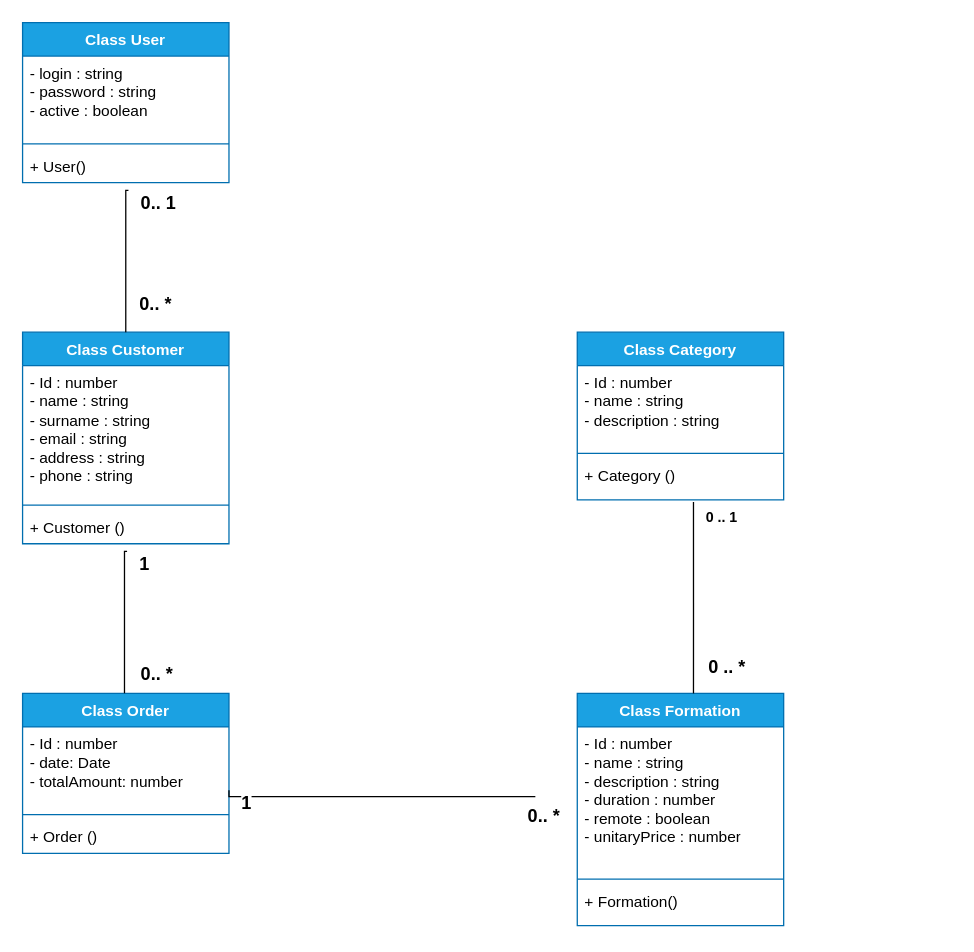
Before: files/diagrammes/Diagramme_de_classe.drawio in Arthur40480/Evaluation1, a draw.io diagram. Source tidied: cells renumbered, new cells numbered last; positions are measured from the earlier drawing's top-left corner, leaving out a move shared by most shapes. Both pictures are drawn from the tidied source at 129%, with x=0, y=0 at pixel (22, 22).
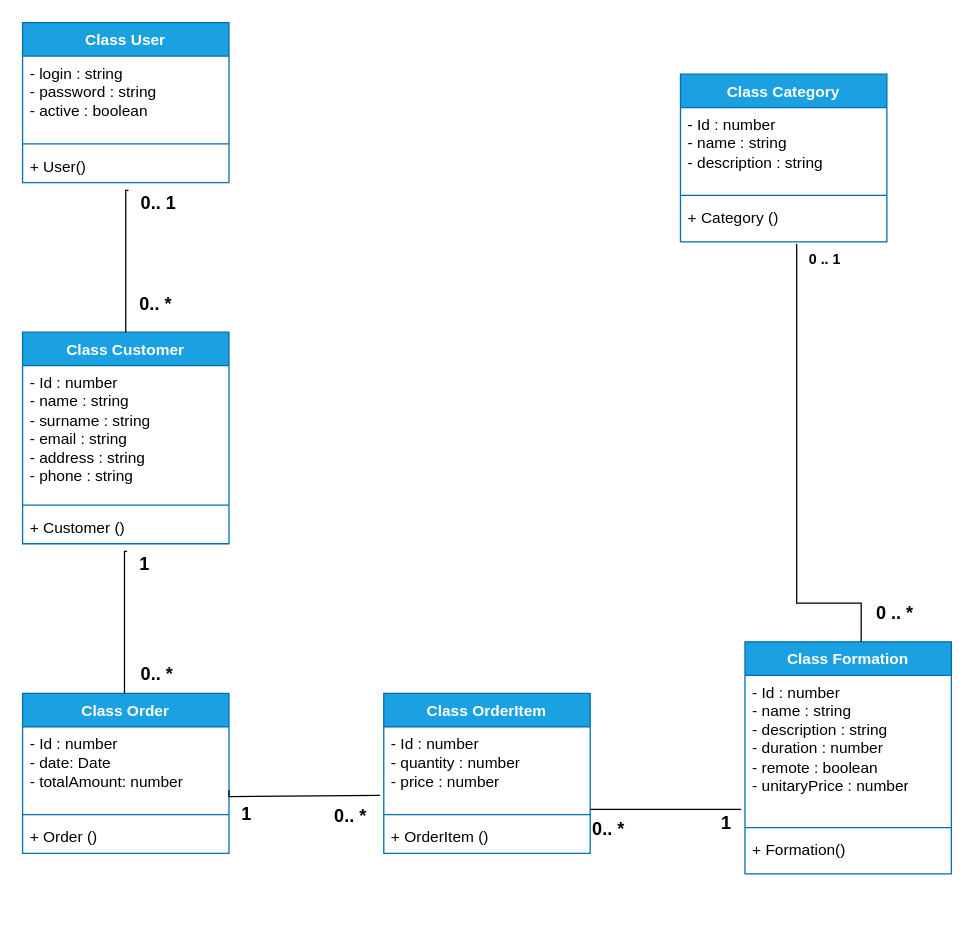
The same page after the edit.

Commit message (it also covers changes not shown here):
Modification du diagramme de classe

The change refers to these unchanged cells:
```xml
<mxCell id="14" value="&lt;div&gt;- Id : number&lt;/div&gt;&lt;div&gt;- date: Date&lt;/div&gt;&lt;div&gt;- totalAmount: number&lt;/div&gt;&lt;div&gt;&lt;br&gt;&lt;/div&gt;&lt;div&gt;&lt;br&gt;&lt;/div&gt;&lt;div&gt;&lt;br&gt;&lt;/div&gt;" style="text;strokeColor=none;fillColor=none;align=left;verticalAlign=top;spacingLeft=4;spacingRight=4;overflow=hidden;points=[[0,0.5],[1,0.5]];portConstraint=eastwest;whiteSpace=wrap;html=1;" parent="13" vertex="1">
  <mxGeometry y="26" width="160" height="64" as="geometry" />
</mxCell>
<mxCell id="27" value="+ Category ()" style="text;strokeColor=none;fillColor=none;align=left;verticalAlign=top;spacingLeft=4;spacingRight=4;overflow=hidden;points=[[0,0.5],[1,0.5]];portConstraint=eastwest;whiteSpace=wrap;html=1;" parent="24" vertex="1">
  <mxGeometry y="98" width="160" height="32" as="geometry" />
</mxCell>
```

Diff of the diagram source:
```diff
@@
     <mxCell id="20" value="Class Formation" style="swimlane;fontStyle=1;align=center;verticalAlign=top;horizontal=1;startSize=26;whiteSpace=wrap;html=1;fillColor=#1ba1e2;fontColor=#ffffff;strokeColor=#006EAF;" parent="1" vertex="1">
-      <mxGeometry x="430" y="520" width="160" height="180" as="geometry" />
+      <mxGeometry x="560" y="480" width="160" height="180" as="geometry" />
     </mxCell>
@@
     <mxCell id="24" value="Class Category" style="swimlane;fontStyle=1;align=center;verticalAlign=top;horizontal=1;startSize=26;whiteSpace=wrap;html=1;fillColor=#1ba1e2;fontColor=#ffffff;strokeColor=#006EAF;" parent="1" vertex="1">
-      <mxGeometry x="430" y="240" width="160" height="130" as="geometry" />
+      <mxGeometry x="510" y="40" width="160" height="130" as="geometry" />
     </mxCell>
@@
-    <mxCell id="28" style="endArrow=none;endFill=0;html=1;edgeStyle=orthogonalEdgeStyle;align=left;verticalAlign=top;rounded=0;exitX=1;exitY=0.766;exitDx=0;exitDy=0;exitPerimeter=0;entryX=0.25;entryY=0;entryDx=0;entryDy=0;" parent="1" edge="1" source="14" target="30">
+    <mxCell id="28" style="endArrow=none;endFill=0;html=1;edgeStyle=orthogonalEdgeStyle;align=left;verticalAlign=top;rounded=0;exitX=1;exitY=0.766;exitDx=0;exitDy=0;exitPerimeter=0;entryX=-0.019;entryY=0.828;entryDx=0;entryDy=0;entryPerimeter=0;" parent="1" edge="1" source="14" target="35">
       <mxGeometry x="-1" relative="1" as="geometry">
         <Array as="points">
           <mxPoint x="160" y="600" />
         </Array>
       </mxGeometry>
     </mxCell>
     <mxCell id="29" value="&lt;font style=&quot;font-size: 14px;&quot;&gt;&lt;b&gt;&lt;font style=&quot;font-size: 14px;&quot;&gt;1&lt;/font&gt;&lt;/b&gt;&lt;/font&gt;" style="edgeLabel;html=1;align=left;verticalAlign=bottom;" parent="28" vertex="1">
       <mxGeometry x="-1" relative="1" as="geometry">
-        <mxPoint x="8" y="20" as="offset" />
+        <mxPoint x="8" y="29" as="offset" />
       </mxGeometry>
     </mxCell>
     <mxCell id="30" value="&lt;b style=&quot;font-size: 14px;&quot;&gt;0.. *&lt;br&gt;&lt;/b&gt;" style="text;whiteSpace=wrap;html=1;" parent="1" vertex="1">
-      <mxGeometry x="390" y="600" width="30" height="20" as="geometry" />
+      <mxGeometry x="240" y="600" width="30" height="20" as="geometry" />
     </mxCell>
     <mxCell id="31" style="endArrow=none;endFill=0;html=1;edgeStyle=orthogonalEdgeStyle;align=left;verticalAlign=top;rounded=0;exitX=0.563;exitY=1.05;exitDx=0;exitDy=0;exitPerimeter=0;entryX=0.563;entryY=0;entryDx=0;entryDy=0;entryPerimeter=0;strokeWidth=1;" parent="1" edge="1" source="27" target="20">
       <mxGeometry x="-1" relative="1" as="geometry">
         <Array as="points">
-          <mxPoint x="520" y="450" />
-          <mxPoint x="520" y="450" />
+          <mxPoint x="600" y="450" />
+          <mxPoint x="650" y="450" />
         </Array>
       </mxGeometry>
     </mxCell>
@@
     <mxCell id="33" value="&lt;font style=&quot;font-size: 14px;&quot;&gt;&lt;b&gt;0 .. *&lt;br&gt;&lt;/b&gt;&lt;/font&gt;" style="edgeLabel;html=1;align=left;verticalAlign=bottom;" parent="1" vertex="1">
-      <mxGeometry x="530" y="510" as="geometry" />
+      <mxGeometry x="530" y="510" as="geometry">
+        <mxPoint x="130" y="-42" as="offset" />
+      </mxGeometry>
     </mxCell>
+    <mxCell id="34" value="Class OrderItem" style="swimlane;fontStyle=1;align=center;verticalAlign=top;horizontal=1;startSize=26;whiteSpace=wrap;html=1;fillColor=#1ba1e2;fontColor=#ffffff;strokeColor=#006EAF;" parent="1" vertex="1">
+      <mxGeometry x="280" y="520" width="160" height="124" as="geometry" />
+    </mxCell>
+    <mxCell id="35" value="&lt;div&gt;- Id : number&lt;/div&gt;&lt;div&gt;- quantity : number&lt;br&gt;&lt;/div&gt;&lt;div&gt;- price : number&lt;/div&gt;&lt;div&gt;&lt;br&gt;&lt;/div&gt;&lt;div&gt;&lt;br&gt;&lt;/div&gt;&lt;div&gt;&lt;br&gt;&lt;/div&gt;" style="text;strokeColor=none;fillColor=none;align=left;verticalAlign=top;spacingLeft=4;spacingRight=4;overflow=hidden;points=[[0,0.5],[1,0.5]];portConstraint=eastwest;whiteSpace=wrap;html=1;" parent="34" vertex="1">
+      <mxGeometry y="26" width="160" height="64" as="geometry" />
+    </mxCell>
+    <mxCell id="36" style="line;strokeWidth=1;fillColor=none;align=left;verticalAlign=middle;spacingTop=-1;spacingLeft=3;spacingRight=3;labelPosition=right;strokeColor=inherit;" parent="34" vertex="1">
+      <mxGeometry y="90" width="160" height="8" as="geometry" />
+    </mxCell>
+    <mxCell id="37" value="+ OrderItem ()" style="text;strokeColor=none;fillColor=none;align=left;verticalAlign=top;spacingLeft=4;spacingRight=4;overflow=hidden;whiteSpace=wrap;html=1;" parent="34" vertex="1">
+      <mxGeometry y="98" width="160" height="26" as="geometry" />
+    </mxCell>
+    <mxCell id="38" style="endArrow=none;endFill=0;html=1;edgeStyle=orthogonalEdgeStyle;align=left;verticalAlign=top;rounded=0;" parent="1" edge="1">
+      <mxGeometry x="-1" relative="1" as="geometry">
+        <mxPoint x="440" y="610" as="sourcePoint" />
+        <mxPoint x="557" y="610" as="targetPoint" />
+        <Array as="points">
+          <mxPoint x="442" y="610" />
+          <mxPoint x="557" y="610" />
+        </Array>
+      </mxGeometry>
+    </mxCell>
+    <mxCell id="39" value="&lt;font style=&quot;font-size: 14px;&quot;&gt;&lt;b&gt;&lt;font style=&quot;font-size: 14px;&quot;&gt;1&lt;/font&gt;&lt;/b&gt;&lt;/font&gt;" style="edgeLabel;html=1;align=left;verticalAlign=bottom;" parent="38" vertex="1">
+      <mxGeometry x="-1" relative="1" as="geometry">
+        <mxPoint x="100" y="21" as="offset" />
+      </mxGeometry>
+    </mxCell>
+    <mxCell id="40" value="&lt;b style=&quot;font-size: 14px;&quot;&gt;0.. *&lt;br&gt;&lt;/b&gt;" style="text;whiteSpace=wrap;html=1;" parent="1" vertex="1">
+      <mxGeometry x="440" y="610" width="30" height="20" as="geometry" />
+    </mxCell>
```
